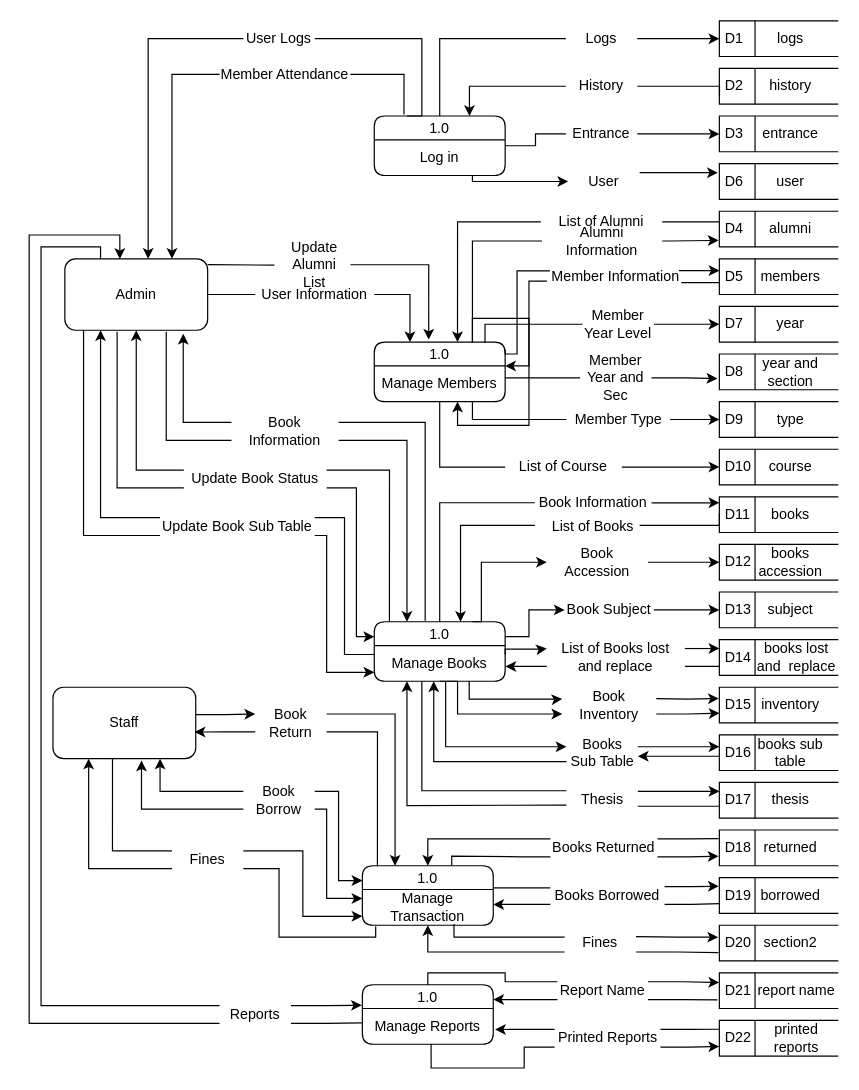
The draw.io diagram dfdnew.drawio in Jayrou12345/Flowchart, before the edit. Source tidied: cells renumbered, new cells numbered last; positions are measured from the earlier drawing's top-left corner, leaving out a move shared by most shapes. Both pictures are drawn from the tidied source at 119%, with x=0, y=0 at pixel (29, 20).
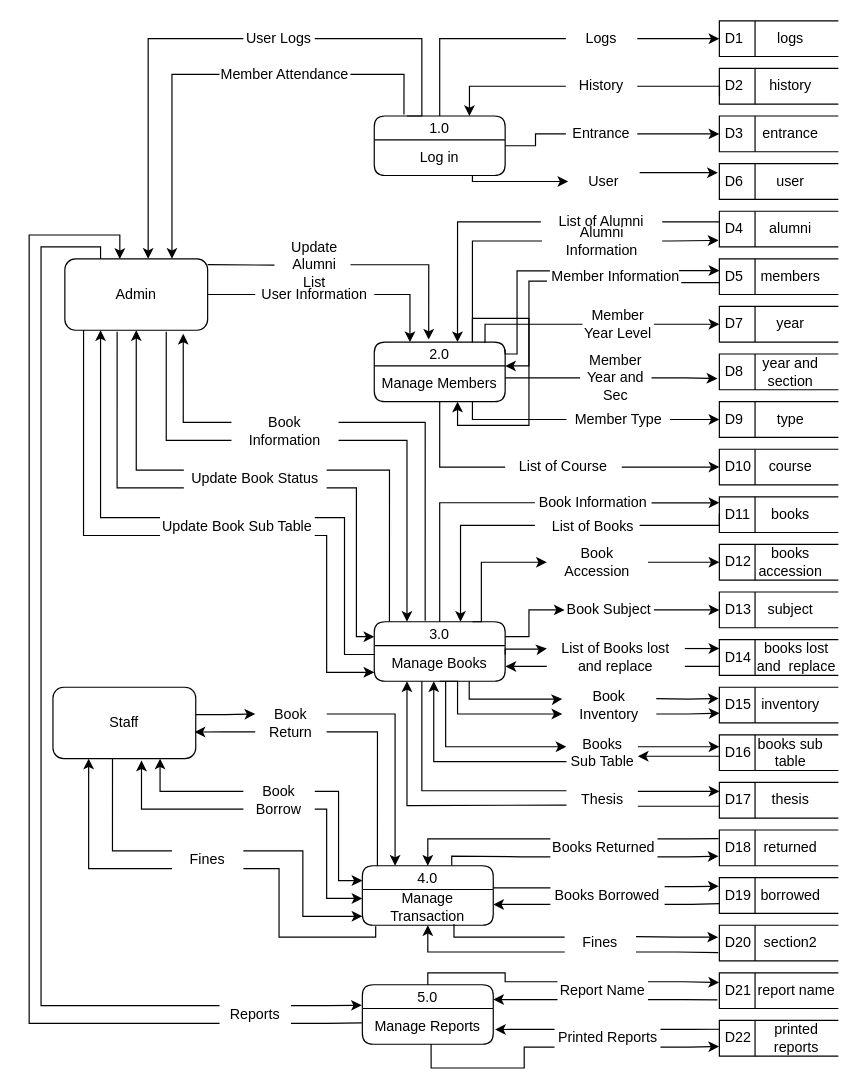
The same page after the edit.

What changed in the source:
```diff
@@
-    <mxCell id="51" value="1.0" style="swimlane;fontStyle=0;horizontal=1;startSize=20;fillColor=#ffffff;swimlaneFillColor=#ffffff;rounded=1;" parent="1" vertex="1">
+    <mxCell id="51" value="2.0" style="swimlane;fontStyle=0;horizontal=1;startSize=20;fillColor=#ffffff;swimlaneFillColor=#ffffff;rounded=1;" parent="1" vertex="1">
       <mxGeometry x="290" y="270" width="110" height="50" as="geometry" />
     </mxCell>
@@
-    <mxCell id="57" value="1.0" style="swimlane;fontStyle=0;horizontal=1;startSize=20;fillColor=#ffffff;swimlaneFillColor=#ffffff;rounded=1;" parent="1" vertex="1">
+    <mxCell id="57" value="3.0" style="swimlane;fontStyle=0;horizontal=1;startSize=20;fillColor=#ffffff;swimlaneFillColor=#ffffff;rounded=1;" parent="1" vertex="1">
       <mxGeometry x="290" y="505" width="110" height="50" as="geometry" />
     </mxCell>
@@
-    <mxCell id="60" value="1.0" style="swimlane;fontStyle=0;horizontal=1;startSize=20;fillColor=#ffffff;swimlaneFillColor=#ffffff;rounded=1;" parent="1" vertex="1">
+    <mxCell id="60" value="4.0" style="swimlane;fontStyle=0;horizontal=1;startSize=20;fillColor=#ffffff;swimlaneFillColor=#ffffff;rounded=1;" parent="1" vertex="1">
       <mxGeometry x="280" y="710" width="110" height="50" as="geometry" />
     </mxCell>
@@
-    <mxCell id="62" value="1.0" style="swimlane;fontStyle=0;horizontal=1;startSize=20;fillColor=#ffffff;swimlaneFillColor=#ffffff;rounded=1;" parent="1" vertex="1">
+    <mxCell id="62" value="5.0" style="swimlane;fontStyle=0;horizontal=1;startSize=20;fillColor=#ffffff;swimlaneFillColor=#ffffff;rounded=1;" parent="1" vertex="1">
       <mxGeometry x="280" y="810" width="110" height="50" as="geometry" />
     </mxCell>
```
